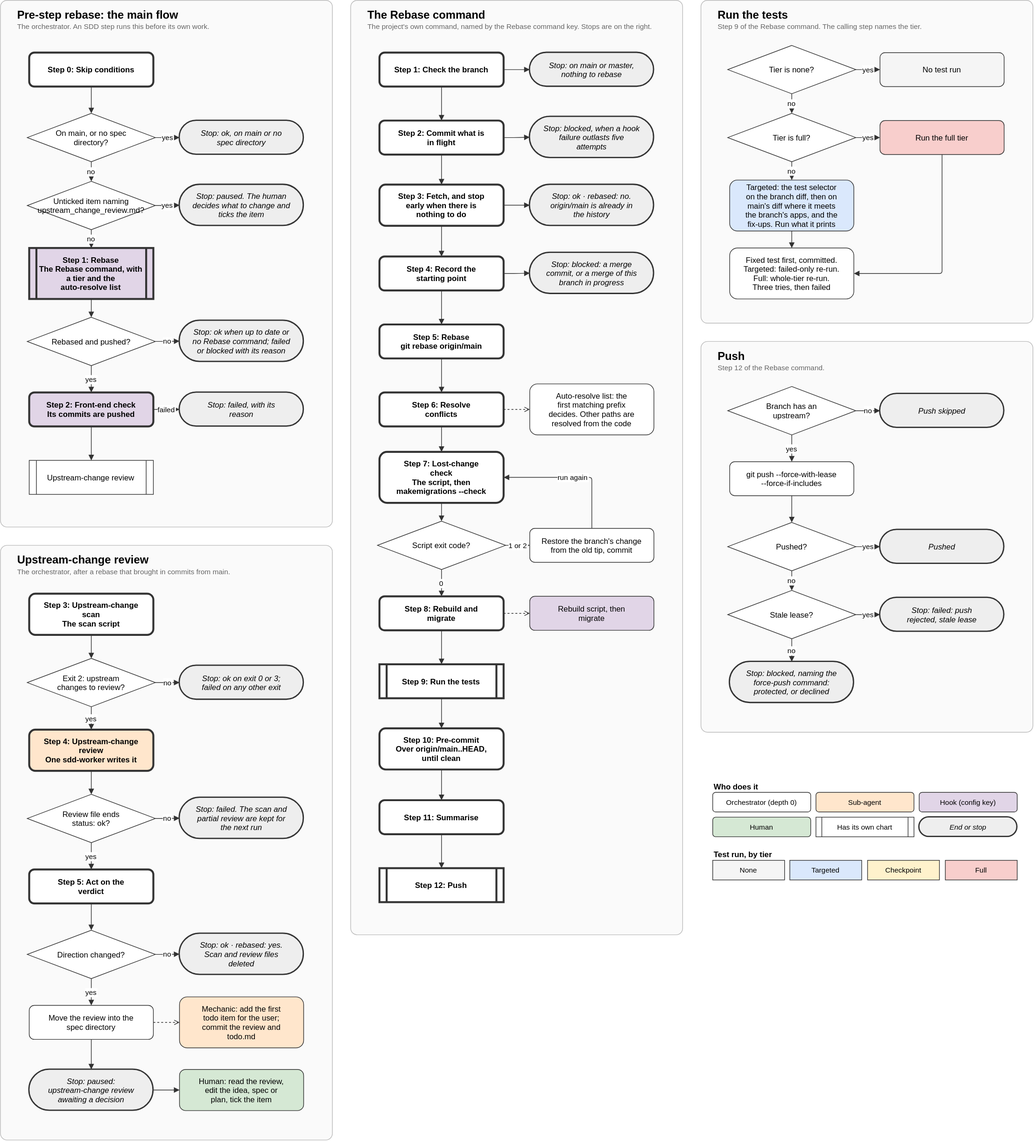
preludetech/Freedom-LS keeps this draw.io diagram as claude_plugins/sdd/docs/diagrams/rebase.drawio.svg. Above is the earlier version. Source tidied: cells renumbered, new cells last; positions are measured from the earlier drawing's top-left corner, leaving out a move shared by most shapes.
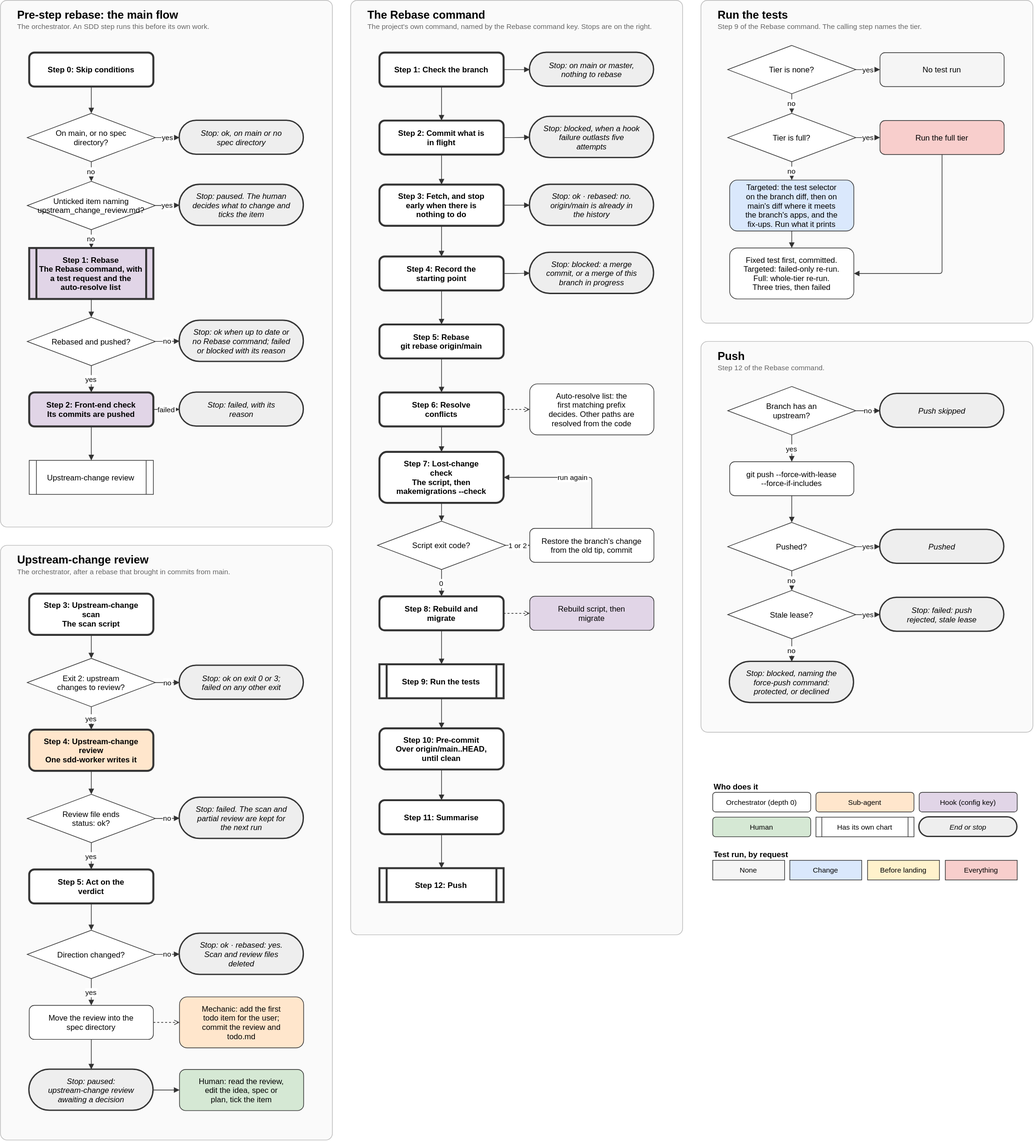
The same file after the commit.

What changed in the source:
```diff
@@ -26,7 +26,7 @@
     <mxCell id="9" value="Stop: paused. The human&#10;decides what to change and&#10;ticks the item" style="rounded=1;arcSize=50;html=0;fontSize=12;strokeColor=#333333;fillColor=#eeeeee;strokeWidth=2;fontStyle=2;" parent="1" vertex="1">
       <mxGeometry x="274" y="282" width="190" height="63" as="geometry" />
     </mxCell>
-    <mxCell id="10" value="Step 1: Rebase&#10;The Rebase command, with&#10;a tier and the&#10;auto-resolve list" style="shape=process;size=0.06;html=0;fontSize=12;strokeColor=#333333;fillColor=#e1d5e7;strokeWidth=3;fontStyle=1;" parent="1" vertex="1">
+    <mxCell id="10" value="Step 1: Rebase&#10;The Rebase command, with&#10;a test request and the&#10;auto-resolve list" style="shape=process;size=0.06;html=0;fontSize=12;strokeColor=#333333;fillColor=#e1d5e7;strokeWidth=3;fontStyle=1;" parent="1" vertex="1">
       <mxGeometry x="44" y="379" width="190" height="78" as="geometry" />
     </mxCell>
     <mxCell id="11" value="Rebased and pushed?" style="rhombus;html=0;fontSize=12;strokeColor=#333333;fillColor=#ffffff;" parent="1" vertex="1">
@@ -415,19 +415,19 @@
     <mxCell id="136" value="End or stop" style="rounded=1;arcSize=50;html=0;fontSize=11;strokeColor=#333333;fillColor=#eeeeee;strokeWidth=2;fontStyle=2;" parent="1" vertex="1">
       <mxGeometry x="1406" y="1250" width="150" height="30" as="geometry" />
     </mxCell>
-    <mxCell id="137" value="Test run, by tier" style="text;html=0;align=left;fontSize=12;fontStyle=1;" parent="1" vertex="1">
+    <mxCell id="137" value="Test run, by request" style="text;html=0;align=left;fontSize=12;fontStyle=1;" parent="1" vertex="1">
       <mxGeometry x="1090" y="1294" width="200" height="20" as="geometry" />
     </mxCell>
     <mxCell id="138" value="None" style="rounded=0;html=0;fontSize=11;strokeColor=#333333;fillColor=#f5f5f5;" parent="1" vertex="1">
       <mxGeometry x="1090" y="1316" width="110" height="30" as="geometry" />
     </mxCell>
-    <mxCell id="139" value="Targeted" style="rounded=0;html=0;fontSize=11;strokeColor=#333333;fillColor=#dae8fc;" parent="1" vertex="1">
+    <mxCell id="139" value="Change" style="rounded=0;html=0;fontSize=11;strokeColor=#333333;fillColor=#dae8fc;" parent="1" vertex="1">
       <mxGeometry x="1208" y="1316" width="110" height="30" as="geometry" />
     </mxCell>
-    <mxCell id="140" value="Checkpoint" style="rounded=0;html=0;fontSize=11;strokeColor=#333333;fillColor=#fff2cc;" parent="1" vertex="1">
+    <mxCell id="140" value="Before landing" style="rounded=0;html=0;fontSize=11;strokeColor=#333333;fillColor=#fff2cc;" parent="1" vertex="1">
       <mxGeometry x="1327" y="1316" width="110" height="30" as="geometry" />
     </mxCell>
-    <mxCell id="141" value="Full" style="rounded=0;html=0;fontSize=11;strokeColor=#333333;fillColor=#f8cecc;" parent="1" vertex="1">
+    <mxCell id="141" value="Everything" style="rounded=0;html=0;fontSize=11;strokeColor=#333333;fillColor=#f8cecc;" parent="1" vertex="1">
       <mxGeometry x="1446" y="1316" width="110" height="30" as="geometry" />
     </mxCell>
   </root>
```
